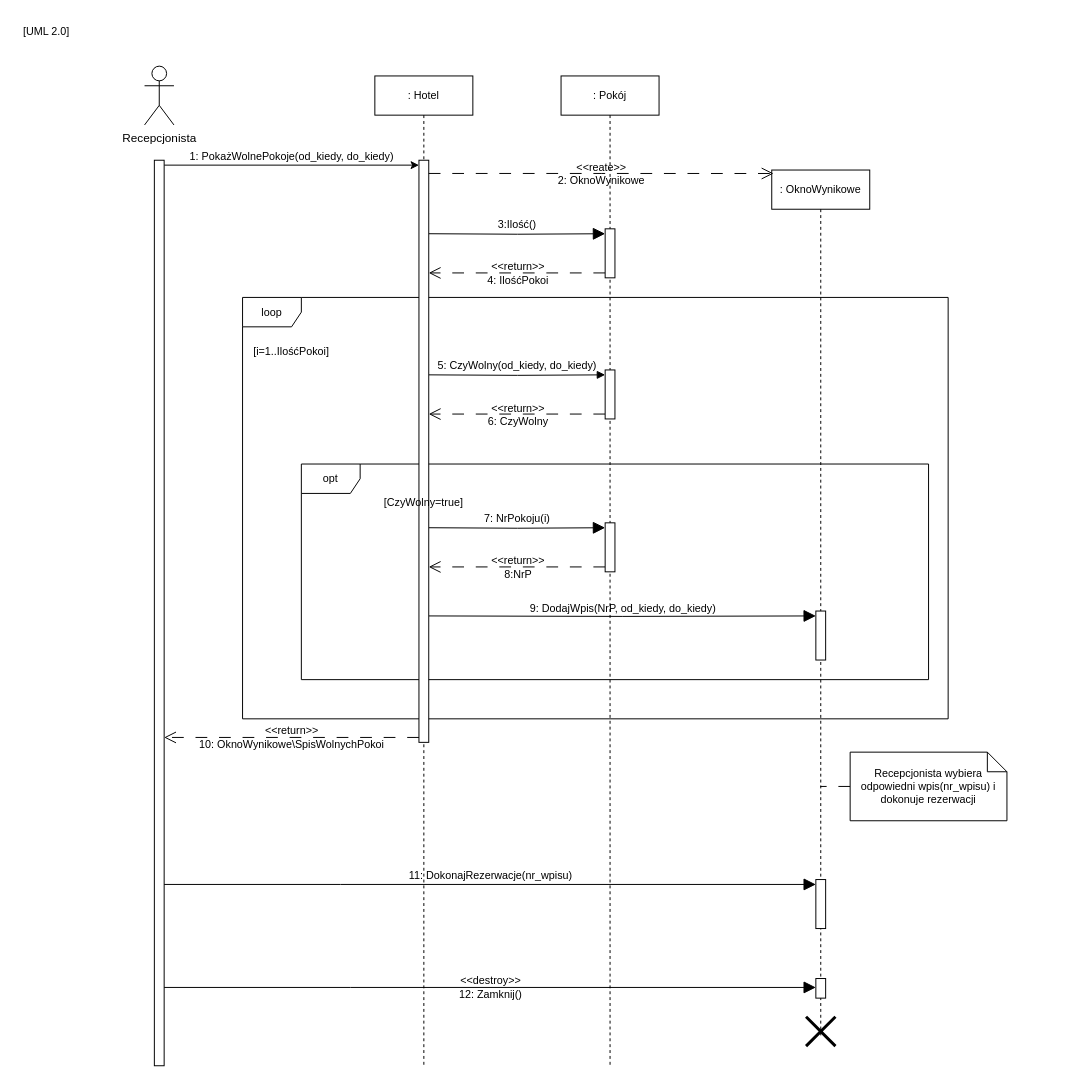
The draw.io diagram Diagram przebiegu.drawio in Dziecky/UML, before the edit. Source tidied: cells renumbered, new cells numbered last; positions are measured from the earlier drawing's top-left corner, leaving out a move shared by most shapes. Both pictures are drawn from the tidied source at 98%, with x=0, y=0 at pixel (17, 17).
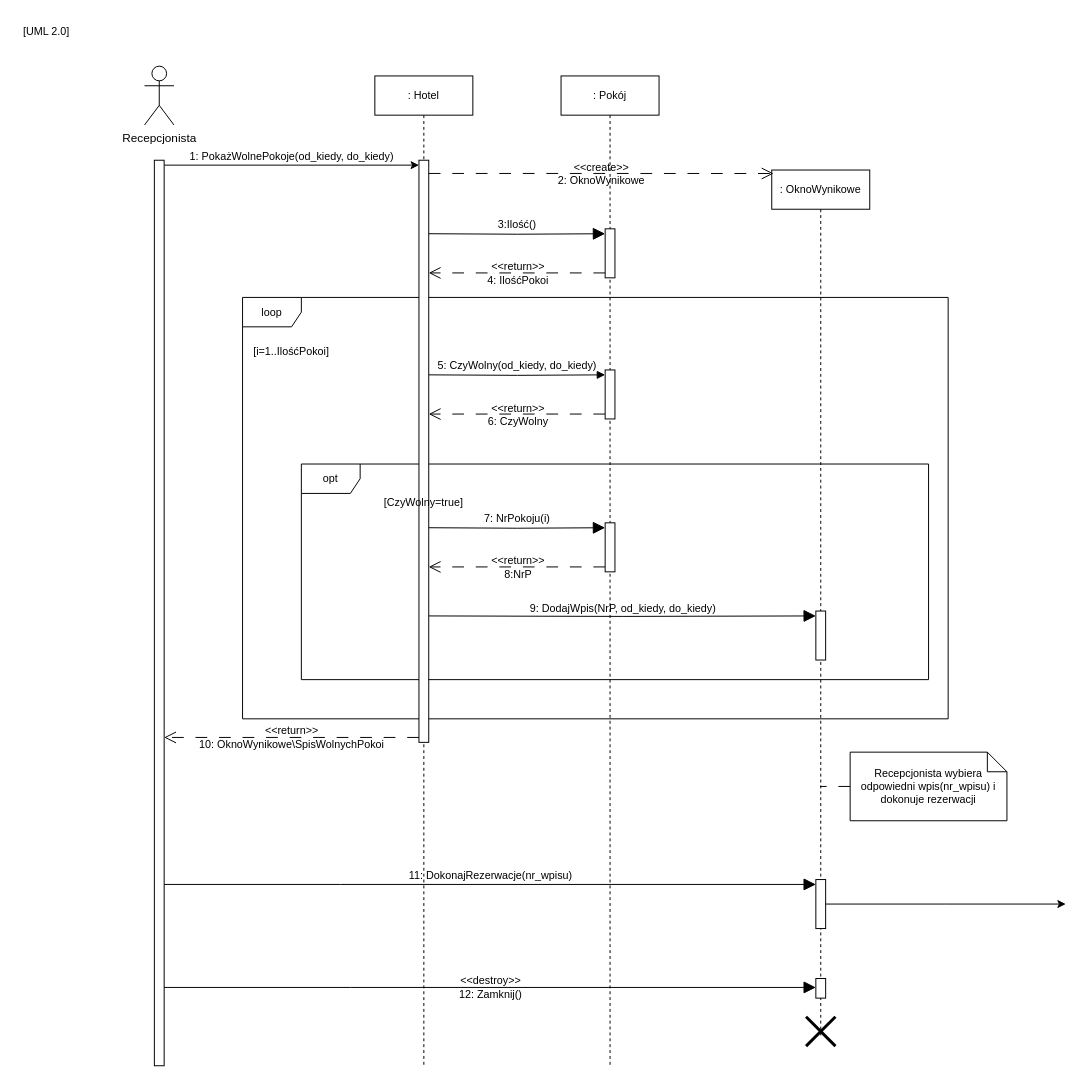
The same page after the edit.

The change refers to these unchanged cells:
```xml
<mxCell id="20" style="html=1;points=[[0,0,0,0,5],[0,1,0,0,-5],[1,0,0,0,5],[1,1,0,0,-5]];perimeter=orthogonalPerimeter;outlineConnect=0;targetShapes=umlLifeline;portConstraint=eastwest;newEdgeStyle={&quot;curved&quot;:0,&quot;rounded&quot;:0};" parent="19" vertex="1">
  <mxGeometry x="45" y="86" width="10" height="594" as="geometry" />
</mxCell>
<mxCell id="26" value=": OknoWynikowe" style="shape=umlLifeline;perimeter=lifelinePerimeter;whiteSpace=wrap;html=1;outlineConnect=0;portConstraint=eastwest;newEdgeStyle={&quot;curved&quot;:0,&quot;rounded&quot;:0};fontFamily=Helvetica;fontSize=11;fontColor=default;labelBackgroundColor=none;" parent="1" vertex="1">
  <mxGeometry x="770" y="156" width="100" height="884" as="geometry" />
</mxCell>
<mxCell id="28" style="html=1;points=[[0,0,0,0,5],[0,1,0,0,-5],[1,0,0,0,5],[1,1,0,0,-5]];perimeter=orthogonalPerimeter;outlineConnect=0;targetShapes=umlLifeline;portConstraint=eastwest;newEdgeStyle={&quot;curved&quot;:0,&quot;rounded&quot;:0};fontFamily=Helvetica;fontSize=11;fontColor=default;labelBackgroundColor=none;" parent="26" vertex="1">
  <mxGeometry x="45" y="724" width="10" height="50" as="geometry" />
</mxCell>
```

Change to the diagram source:
```diff
@@
+    <mxCell id="34" style="edgeStyle=orthogonalEdgeStyle;rounded=0;jettySize=auto;html=1;curved=0;" parent="26" edge="1" source="28">
+      <mxGeometry relative="1" as="geometry">
+        <mxPoint x="300" y="749" as="targetPoint" />
+      </mxGeometry>
+    </mxCell>
@@
-    <mxCell id="30" value="&amp;lt;&amp;lt;reate&amp;gt;&amp;gt;&lt;div&gt;2: OknoWynikowe&lt;/div&gt;" style="edgeStyle=orthogonalEdgeStyle;curved=0;rounded=0;jettySize=auto;html=1;entryX=0.018;entryY=0.004;entryDx=0;entryDy=0;entryPerimeter=0;dashed=1;dashPattern=12 12;strokeColor=default;align=center;verticalAlign=middle;fontFamily=Helvetica;fontSize=11;fontColor=default;labelBackgroundColor=none;endArrow=open;endFill=0;endSize=10;" parent="1" edge="1" source="20" target="26">
+    <mxCell id="30" value="&amp;lt;&amp;lt;create&amp;gt;&amp;gt;&lt;div&gt;2: OknoWynikowe&lt;/div&gt;" style="edgeStyle=orthogonalEdgeStyle;curved=0;rounded=0;jettySize=auto;html=1;entryX=0.018;entryY=0.004;entryDx=0;entryDy=0;entryPerimeter=0;dashed=1;dashPattern=12 12;strokeColor=default;align=center;verticalAlign=middle;fontFamily=Helvetica;fontSize=11;fontColor=default;labelBackgroundColor=none;endArrow=open;endFill=0;endSize=10;" parent="1" edge="1" source="20" target="26">
       <mxGeometry relative="1" as="geometry">
         <Array as="points">
           <mxPoint x="596" y="159" />
         </Array>
       </mxGeometry>
     </mxCell>
```
